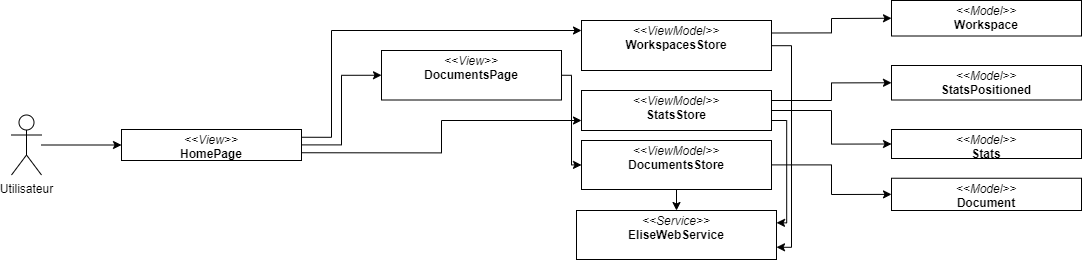
PFE-Neoledge-2023/rapport keeps this draw.io diagram as images_pfe/dca_sprint7.png. Above is the earlier version. Source tidied: cells renumbered, new cells last; positions are measured from the earlier drawing's top-left corner, leaving out a move shared by most shapes.
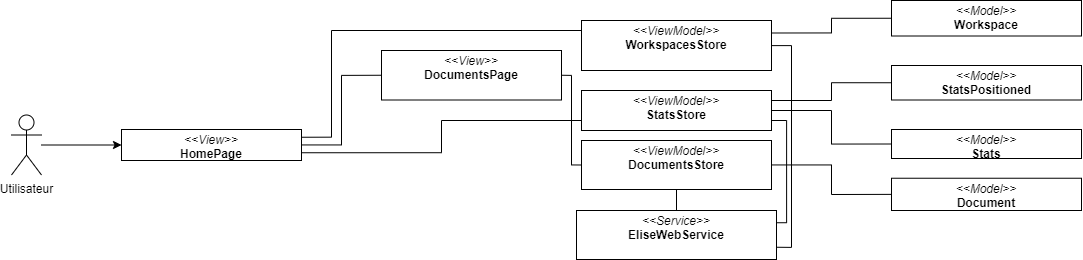
Above is the later version.

What changed in the source:
```diff
@@ -11,13 +11,13 @@
     <mxCell id="4" value="Utilisateur" style="shape=umlActor;verticalLabelPosition=bottom;verticalAlign=top;html=1;outlineConnect=0;" parent="1" vertex="1">
       <mxGeometry y="114.5" width="30" height="60" as="geometry" />
     </mxCell>
-    <mxCell id="5" style="edgeStyle=orthogonalEdgeStyle;rounded=0;html=1;exitX=1;exitY=0.5;exitDx=0;exitDy=0;entryX=0;entryY=0.5;entryDx=0;entryDy=0;" parent="1" edge="1" source="6" target="18">
+    <mxCell id="5" style="edgeStyle=orthogonalEdgeStyle;rounded=0;html=1;exitX=1;exitY=0.5;exitDx=0;exitDy=0;entryX=0;entryY=0.5;entryDx=0;entryDy=0;endArrow=none;endFill=0;" parent="1" edge="1" source="6" target="18">
       <mxGeometry relative="1" as="geometry" />
     </mxCell>
     <mxCell id="6" value="&lt;p style=&quot;margin:0px;margin-top:4px;text-align:center;&quot;&gt;&lt;i&gt;&amp;lt;&amp;lt;View&amp;gt;&amp;gt;&lt;/i&gt;&lt;br&gt;&lt;b&gt;DocumentsPage&lt;/b&gt;&lt;/p&gt;" style="verticalAlign=top;align=left;overflow=fill;fontSize=12;fontFamily=Helvetica;html=1;whiteSpace=wrap;" parent="1" vertex="1">
       <mxGeometry x="370" y="50" width="180" height="49.5" as="geometry" />
     </mxCell>
-    <mxCell id="7" style="edgeStyle=orthogonalEdgeStyle;rounded=0;html=1;entryX=0;entryY=0.5;entryDx=0;entryDy=0;" parent="1" edge="1" source="10" target="20">
+    <mxCell id="7" style="edgeStyle=orthogonalEdgeStyle;rounded=0;html=1;entryX=0;entryY=0.5;entryDx=0;entryDy=0;endArrow=none;endFill=0;" parent="1" edge="1" source="10" target="20">
       <mxGeometry relative="1" as="geometry">
         <Array as="points">
           <mxPoint x="820" y="110" />
@@ -25,7 +25,7 @@
         </Array>
       </mxGeometry>
     </mxCell>
-    <mxCell id="8" style="edgeStyle=orthogonalEdgeStyle;rounded=0;html=1;entryX=0;entryY=0.5;entryDx=0;entryDy=0;" parent="1" edge="1" source="10" target="19">
+    <mxCell id="8" style="edgeStyle=orthogonalEdgeStyle;rounded=0;html=1;entryX=0;entryY=0.5;entryDx=0;entryDy=0;endArrow=none;endFill=0;" parent="1" edge="1" source="10" target="19">
       <mxGeometry relative="1" as="geometry">
         <Array as="points">
           <mxPoint x="820" y="100" />
@@ -33,7 +33,7 @@
         </Array>
       </mxGeometry>
     </mxCell>
-    <mxCell id="9" style="edgeStyle=orthogonalEdgeStyle;rounded=0;html=1;exitX=1;exitY=0.75;exitDx=0;exitDy=0;entryX=1;entryY=0.25;entryDx=0;entryDy=0;" parent="1" edge="1" source="10" target="11">
+    <mxCell id="9" style="edgeStyle=orthogonalEdgeStyle;rounded=0;html=1;exitX=1;exitY=0.75;exitDx=0;exitDy=0;entryX=1;entryY=0.25;entryDx=0;entryDy=0;endArrow=none;endFill=0;" parent="1" edge="1" source="10" target="11">
       <mxGeometry relative="1" as="geometry" />
     </mxCell>
     <mxCell id="10" value="&lt;p style=&quot;margin:0px;margin-top:4px;text-align:center;&quot;&gt;&lt;i&gt;&amp;lt;&amp;lt;ViewModel&amp;gt;&amp;gt;&lt;/i&gt;&lt;br&gt;&lt;b&gt;StatsStore&lt;/b&gt;&lt;/p&gt;&lt;p style=&quot;margin:0px;margin-left:4px;&quot;&gt;&lt;br&gt;&lt;/p&gt;" style="verticalAlign=top;align=left;overflow=fill;fontSize=12;fontFamily=Helvetica;html=1;whiteSpace=wrap;" parent="1" vertex="1">
@@ -42,13 +42,13 @@
     <mxCell id="11" value="&lt;p style=&quot;margin:0px;margin-top:4px;text-align:center;&quot;&gt;&lt;i&gt;&amp;lt;&amp;lt;Service&amp;gt;&amp;gt;&lt;/i&gt;&lt;br&gt;&lt;b&gt;EliseWebService&lt;/b&gt;&lt;/p&gt;&lt;p style=&quot;margin:0px;margin-left:4px;&quot;&gt;&lt;br&gt;&lt;/p&gt;" style="verticalAlign=top;align=left;overflow=fill;fontSize=12;fontFamily=Helvetica;html=1;whiteSpace=wrap;" parent="1" vertex="1">
       <mxGeometry x="565" y="210" width="200" height="49" as="geometry" />
     </mxCell>
-    <mxCell id="12" style="edgeStyle=orthogonalEdgeStyle;rounded=0;html=1;entryX=0;entryY=0.5;entryDx=0;entryDy=0;" parent="1" edge="1" source="15" target="6">
+    <mxCell id="12" style="edgeStyle=orthogonalEdgeStyle;rounded=0;html=1;entryX=0;entryY=0.5;entryDx=0;entryDy=0;endArrow=none;endFill=0;" parent="1" edge="1" source="15" target="6">
       <mxGeometry relative="1" as="geometry" />
     </mxCell>
-    <mxCell id="13" style="edgeStyle=orthogonalEdgeStyle;rounded=0;html=1;entryX=0;entryY=0.75;entryDx=0;entryDy=0;exitX=1;exitY=0.75;exitDx=0;exitDy=0;" parent="1" edge="1" source="15" target="10">
+    <mxCell id="13" style="edgeStyle=orthogonalEdgeStyle;rounded=0;html=1;entryX=0;entryY=0.75;entryDx=0;entryDy=0;exitX=1;exitY=0.75;exitDx=0;exitDy=0;endArrow=none;endFill=0;" parent="1" edge="1" source="15" target="10">
       <mxGeometry relative="1" as="geometry" />
     </mxCell>
-    <mxCell id="14" style="edgeStyle=orthogonalEdgeStyle;rounded=0;html=1;exitX=1;exitY=0.25;exitDx=0;exitDy=0;entryX=0.006;entryY=0.198;entryDx=0;entryDy=0;strokeColor=default;entryPerimeter=0;" parent="1" edge="1" source="15" target="24">
+    <mxCell id="14" style="edgeStyle=orthogonalEdgeStyle;rounded=0;html=1;exitX=1;exitY=0.25;exitDx=0;exitDy=0;entryX=0.006;entryY=0.198;entryDx=0;entryDy=0;strokeColor=default;entryPerimeter=0;endArrow=none;endFill=0;" parent="1" edge="1" source="15" target="24">
       <mxGeometry relative="1" as="geometry">
         <Array as="points">
           <mxPoint x="320" y="137" />
@@ -60,10 +60,10 @@
     <mxCell id="15" value="&lt;p style=&quot;margin:0px;margin-top:4px;text-align:center;&quot;&gt;&lt;i&gt;&amp;lt;&amp;lt;View&amp;gt;&amp;gt;&lt;/i&gt;&lt;br&gt;&lt;b&gt;HomePage&lt;/b&gt;&lt;/p&gt;&lt;p style=&quot;border-color: var(--border-color); margin: 0px 0px 0px 4px;&quot;&gt;&lt;br&gt;&lt;/p&gt;" style="verticalAlign=top;align=left;overflow=fill;fontSize=12;fontFamily=Helvetica;html=1;whiteSpace=wrap;" parent="1" vertex="1">
       <mxGeometry x="110" y="129" width="180" height="31" as="geometry" />
     </mxCell>
-    <mxCell id="16" style="edgeStyle=orthogonalEdgeStyle;rounded=0;html=1;entryX=0;entryY=0.5;entryDx=0;entryDy=0;" parent="1" edge="1" source="18" target="21">
+    <mxCell id="16" style="edgeStyle=orthogonalEdgeStyle;rounded=0;html=1;entryX=0;entryY=0.5;entryDx=0;entryDy=0;endArrow=none;endFill=0;" parent="1" edge="1" source="18" target="21">
       <mxGeometry relative="1" as="geometry" />
     </mxCell>
-    <mxCell id="17" style="edgeStyle=orthogonalEdgeStyle;rounded=0;html=1;entryX=0.5;entryY=0;entryDx=0;entryDy=0;" parent="1" edge="1" source="18" target="11">
+    <mxCell id="17" style="edgeStyle=orthogonalEdgeStyle;rounded=0;html=1;entryX=0.5;entryY=0;entryDx=0;entryDy=0;endArrow=none;endFill=0;" parent="1" edge="1" source="18" target="11">
       <mxGeometry relative="1" as="geometry" />
     </mxCell>
     <mxCell id="18" value="&lt;p style=&quot;margin:0px;margin-top:4px;text-align:center;&quot;&gt;&lt;i&gt;&amp;lt;&amp;lt;ViewModel&amp;gt;&amp;gt;&lt;/i&gt;&lt;br&gt;&lt;b&gt;DocumentsStore&lt;/b&gt;&lt;/p&gt;&lt;p style=&quot;margin:0px;margin-left:4px;&quot;&gt;&lt;br&gt;&lt;/p&gt;" style="verticalAlign=top;align=left;overflow=fill;fontSize=12;fontFamily=Helvetica;html=1;whiteSpace=wrap;" parent="1" vertex="1">
@@ -78,7 +78,7 @@
     <mxCell id="21" value="&lt;p style=&quot;margin:0px;margin-top:4px;text-align:center;&quot;&gt;&lt;i&gt;&amp;lt;&amp;lt;Model&amp;gt;&amp;gt;&lt;/i&gt;&lt;br&gt;&lt;b&gt;Document&lt;/b&gt;&lt;/p&gt;&lt;p style=&quot;margin: 0px 0px 0px 4px;&quot;&gt;&lt;br&gt;&lt;/p&gt;" style="verticalAlign=top;align=left;overflow=fill;fontSize=12;fontFamily=Helvetica;html=1;whiteSpace=wrap;" parent="1" vertex="1">
       <mxGeometry x="880" y="177.7" width="190" height="32.3" as="geometry" />
     </mxCell>
-    <mxCell id="22" style="edgeStyle=orthogonalEdgeStyle;rounded=0;html=1;entryX=1;entryY=0.75;entryDx=0;entryDy=0;strokeColor=default;" parent="1" edge="1" source="24" target="11">
+    <mxCell id="22" style="edgeStyle=orthogonalEdgeStyle;rounded=0;html=1;entryX=1;entryY=0.75;entryDx=0;entryDy=0;strokeColor=default;endArrow=none;endFill=0;" parent="1" edge="1" source="24" target="11">
       <mxGeometry relative="1" as="geometry">
         <Array as="points">
           <mxPoint x="780" y="45" />
@@ -86,7 +86,7 @@
         </Array>
       </mxGeometry>
     </mxCell>
-    <mxCell id="23" style="edgeStyle=orthogonalEdgeStyle;rounded=0;html=1;exitX=1;exitY=0.25;exitDx=0;exitDy=0;entryX=0;entryY=0.5;entryDx=0;entryDy=0;strokeColor=default;" parent="1" edge="1" source="24" target="25">
+    <mxCell id="23" style="edgeStyle=orthogonalEdgeStyle;rounded=0;html=1;exitX=1;exitY=0.25;exitDx=0;exitDy=0;entryX=0;entryY=0.5;entryDx=0;entryDy=0;strokeColor=default;endArrow=none;endFill=0;" parent="1" edge="1" source="24" target="25">
       <mxGeometry relative="1" as="geometry" />
     </mxCell>
     <mxCell id="24" value="&lt;p style=&quot;margin:0px;margin-top:4px;text-align:center;&quot;&gt;&lt;i&gt;&amp;lt;&amp;lt;ViewModel&amp;gt;&amp;gt;&lt;/i&gt;&lt;br&gt;&lt;b&gt;WorkspacesStore&lt;/b&gt;&lt;br&gt;&lt;/p&gt;&lt;p style=&quot;margin:0px;margin-left:4px;&quot;&gt;&lt;br&gt;&lt;/p&gt;" style="verticalAlign=top;align=left;overflow=fill;fontSize=12;fontFamily=Helvetica;html=1;whiteSpace=wrap;" parent="1" vertex="1">
```
